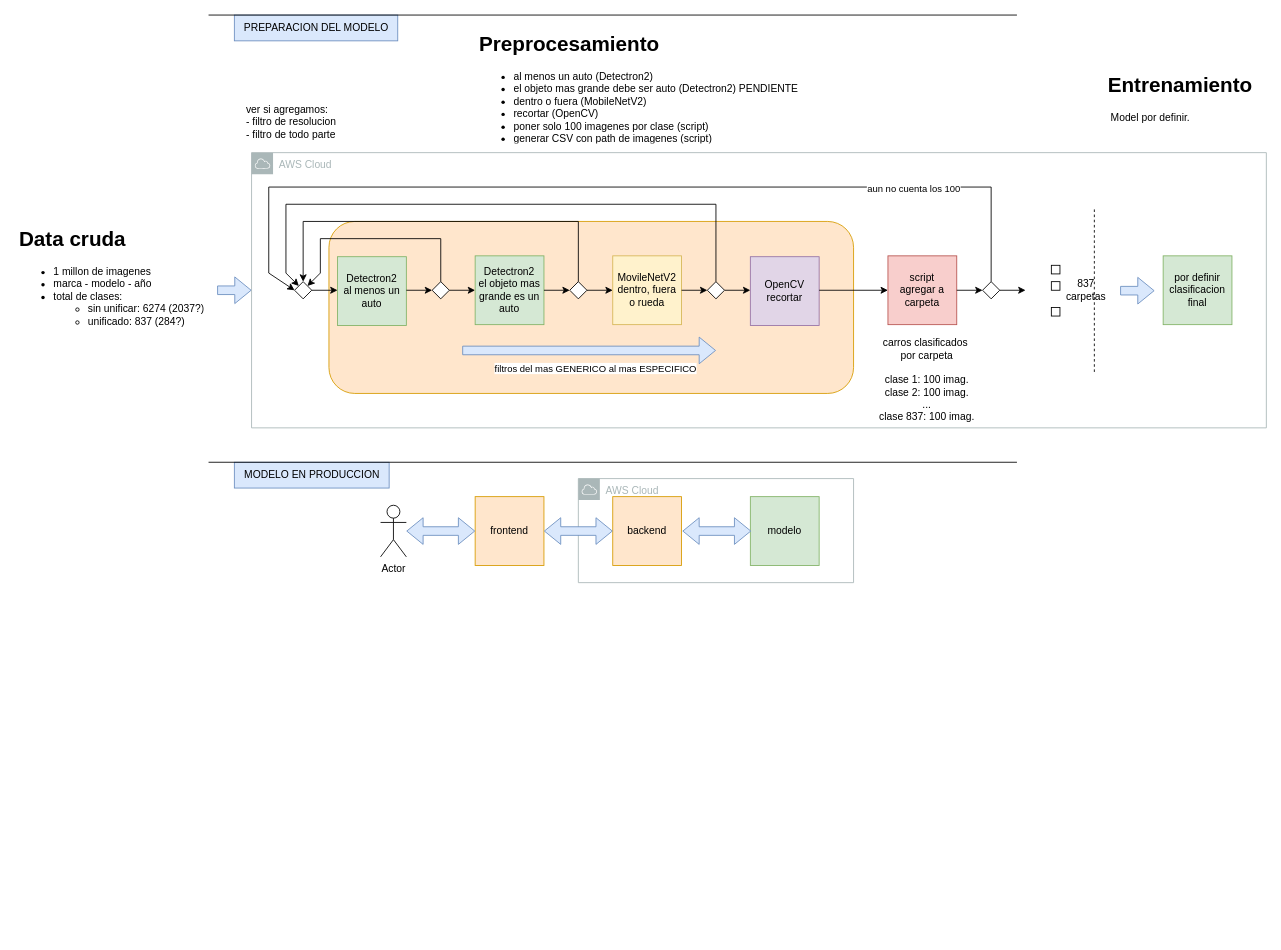
Before: documentation/Diagrama sin título.drawio in josueelias9/AI-resnet_retraining, a draw.io diagram. Source tidied: cells renumbered, new cells numbered last; positions are measured from the earlier drawing's top-left corner, leaving out a move shared by most shapes. Both pictures are drawn from the tidied source at 86%, with x=0, y=0 at pixel (15, 15).
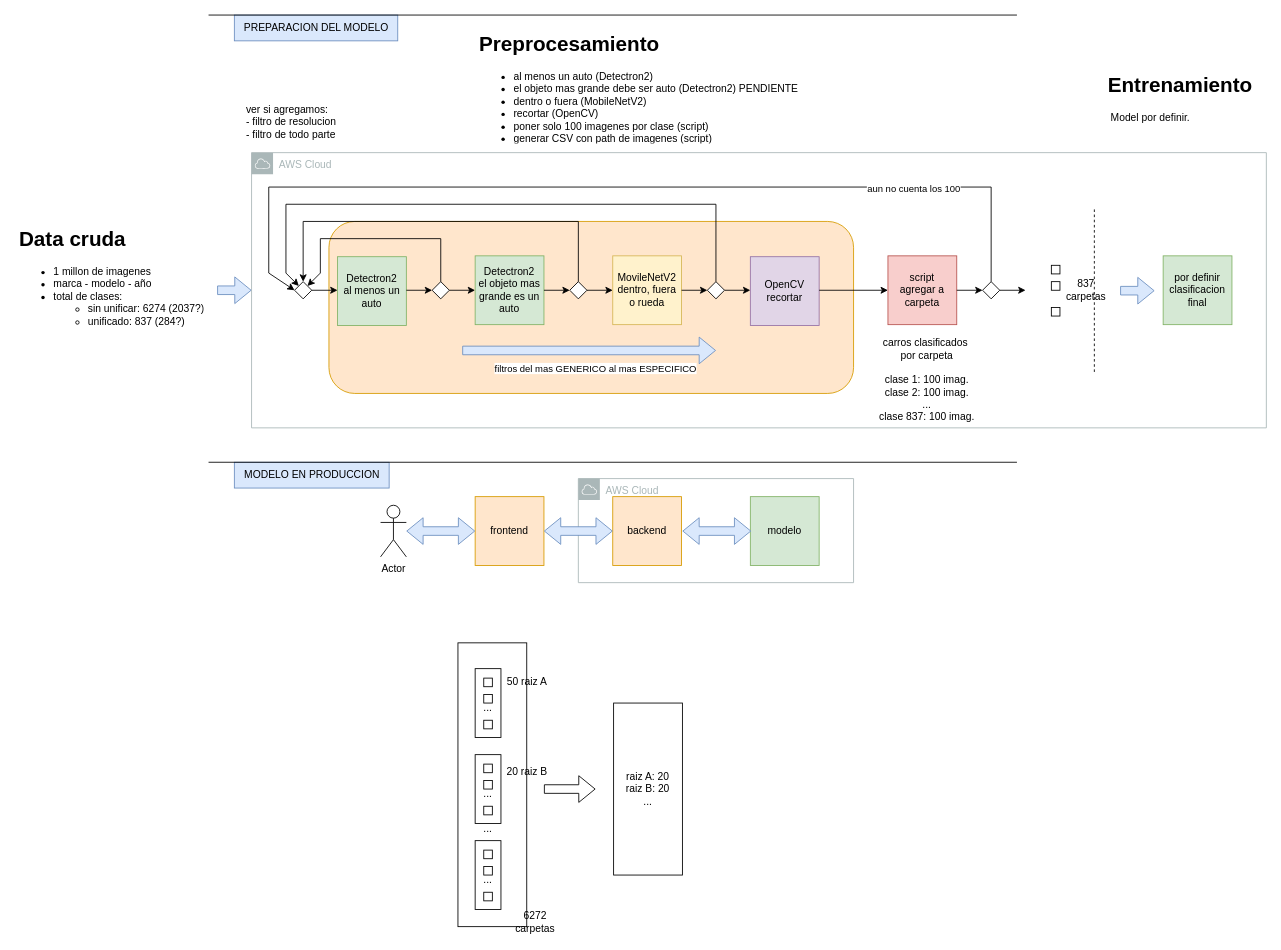
The same page after the edit.

What changed in the source:
```diff
@@
+    <mxCell id="56" style="rounded=0;whiteSpace=wrap;html=1;" parent="1" vertex="1">
+      <mxGeometry x="515" y="730" width="80" height="330" as="geometry" />
+    </mxCell>
+    <mxCell id="57" style="rounded=0;whiteSpace=wrap;html=1;" parent="1" vertex="1">
+      <mxGeometry x="535" y="760" width="30" height="80" as="geometry" />
+    </mxCell>
@@
+    <mxCell id="58" style="rounded=0;whiteSpace=wrap;html=1;" parent="1" vertex="1">
+      <mxGeometry x="545" y="771" width="10" height="10" as="geometry" />
+    </mxCell>
+    <mxCell id="59" style="rounded=0;whiteSpace=wrap;html=1;" parent="1" vertex="1">
+      <mxGeometry x="545" y="790" width="10" height="10" as="geometry" />
+    </mxCell>
+    <mxCell id="60" style="rounded=0;whiteSpace=wrap;html=1;" parent="1" vertex="1">
+      <mxGeometry x="545" y="820" width="10" height="10" as="geometry" />
+    </mxCell>
+    <mxCell id="61" value="..." style="text;html=1;strokeColor=none;fillColor=none;align=center;verticalAlign=middle;whiteSpace=wrap;rounded=0;" parent="1" vertex="1">
+      <mxGeometry x="520" y="791" width="60" height="30" as="geometry" />
+    </mxCell>
+    <mxCell id="62" value="6272 carpetas" style="text;html=1;strokeColor=none;fillColor=none;align=center;verticalAlign=middle;whiteSpace=wrap;rounded=0;" parent="1" vertex="1">
+      <mxGeometry x="575" y="1040" width="60" height="30" as="geometry" />
+    </mxCell>
+    <mxCell id="63" style="rounded=0;whiteSpace=wrap;html=1;" parent="1" vertex="1">
+      <mxGeometry x="535" y="860" width="30" height="80" as="geometry" />
+    </mxCell>
+    <mxCell id="64" style="rounded=0;whiteSpace=wrap;html=1;" parent="1" vertex="1">
+      <mxGeometry x="545" y="871" width="10" height="10" as="geometry" />
+    </mxCell>
+    <mxCell id="65" style="rounded=0;whiteSpace=wrap;html=1;" parent="1" vertex="1">
+      <mxGeometry x="545" y="890" width="10" height="10" as="geometry" />
+    </mxCell>
+    <mxCell id="66" style="rounded=0;whiteSpace=wrap;html=1;" parent="1" vertex="1">
+      <mxGeometry x="545" y="920" width="10" height="10" as="geometry" />
+    </mxCell>
+    <mxCell id="67" value="..." style="text;html=1;strokeColor=none;fillColor=none;align=center;verticalAlign=middle;whiteSpace=wrap;rounded=0;" parent="1" vertex="1">
+      <mxGeometry x="520" y="891" width="60" height="30" as="geometry" />
+    </mxCell>
+    <mxCell id="68" style="rounded=0;whiteSpace=wrap;html=1;" parent="1" vertex="1">
+      <mxGeometry x="535" y="960" width="30" height="80" as="geometry" />
+    </mxCell>
+    <mxCell id="69" style="rounded=0;whiteSpace=wrap;html=1;" parent="1" vertex="1">
+      <mxGeometry x="545" y="971" width="10" height="10" as="geometry" />
+    </mxCell>
+    <mxCell id="70" style="rounded=0;whiteSpace=wrap;html=1;" parent="1" vertex="1">
+      <mxGeometry x="545" y="990" width="10" height="10" as="geometry" />
+    </mxCell>
+    <mxCell id="71" style="rounded=0;whiteSpace=wrap;html=1;" parent="1" vertex="1">
+      <mxGeometry x="545" y="1020" width="10" height="10" as="geometry" />
+    </mxCell>
+    <mxCell id="72" value="..." style="text;html=1;strokeColor=none;fillColor=none;align=center;verticalAlign=middle;whiteSpace=wrap;rounded=0;" parent="1" vertex="1">
+      <mxGeometry x="520" y="931" width="60" height="30" as="geometry" />
+    </mxCell>
+    <mxCell id="73" value="..." style="text;html=1;strokeColor=none;fillColor=none;align=center;verticalAlign=middle;whiteSpace=wrap;rounded=0;" parent="1" vertex="1">
+      <mxGeometry x="520" y="991" width="60" height="30" as="geometry" />
+    </mxCell>
+    <mxCell id="74" value="50 raiz A" style="text;html=1;align=center;verticalAlign=middle;strokeColor=none;fillColor=none;" parent="1" vertex="1">
+      <mxGeometry x="560" y="760" width="70" height="30" as="geometry" />
+    </mxCell>
+    <mxCell id="75" value="20 raiz B" style="text;html=1;align=center;verticalAlign=middle;strokeColor=none;fillColor=none;" parent="1" vertex="1">
+      <mxGeometry x="560" y="865" width="70" height="30" as="geometry" />
+    </mxCell>
+    <mxCell id="76" style="shape=flexArrow;endArrow=classic;html=1;rounded=0;" parent="1" edge="1">
+      <mxGeometry relative="1" as="geometry">
+        <mxPoint x="615" y="900" as="sourcePoint" />
+        <mxPoint x="675" y="900" as="targetPoint" />
+        <Array as="points">
+          <mxPoint x="615" y="900" />
+        </Array>
+      </mxGeometry>
+    </mxCell>
+    <mxCell id="77" value="raiz A: 20&lt;br&gt;raiz B: 20&lt;br&gt;..." style="rounded=0;whiteSpace=wrap;html=1;" parent="1" vertex="1">
+      <mxGeometry x="696" y="800" width="80" height="200" as="geometry" />
+    </mxCell>
```
